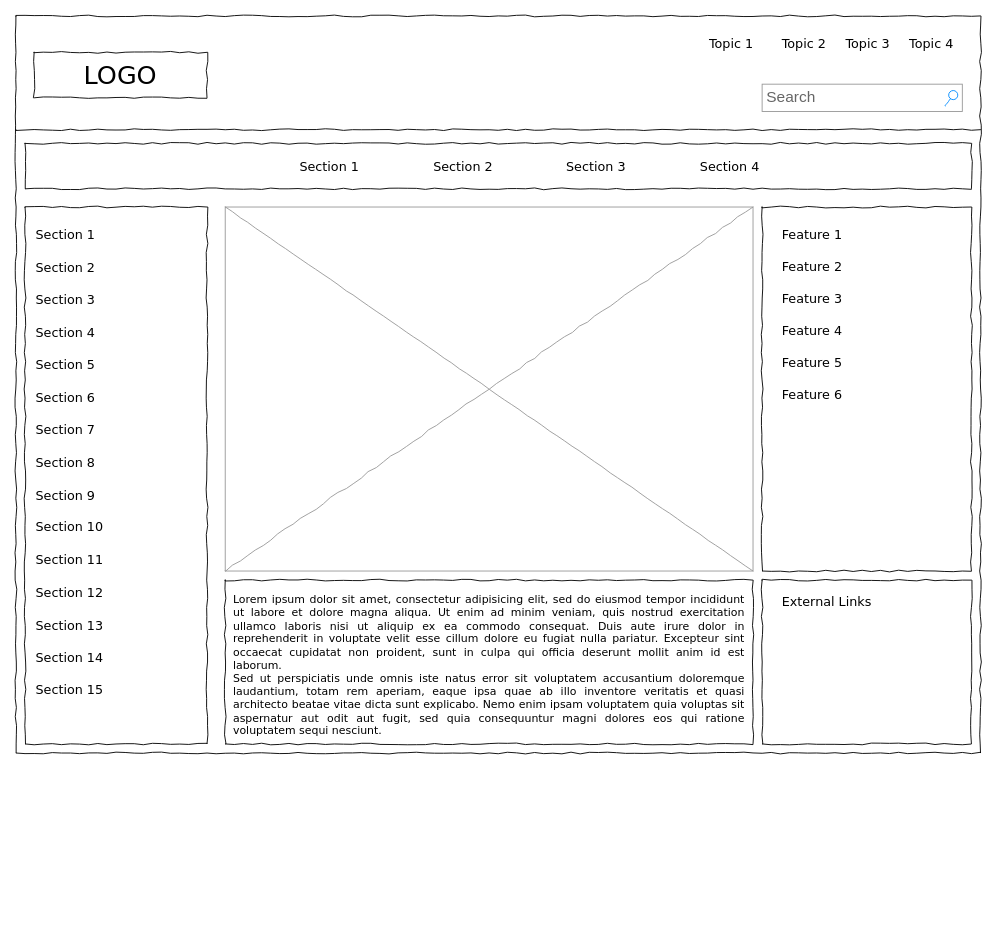
Above: Untitled Diagram.drawio in MrEclipse13/flexbox-course (draw.io), before the change. Source tidied: cells renumbered, new cells numbered last; positions are measured from the earlier drawing's top-left corner, leaving out a move shared by most shapes. Both pictures are drawn from the tidied source at 91%, with x=0, y=0 at pixel (15, 15).
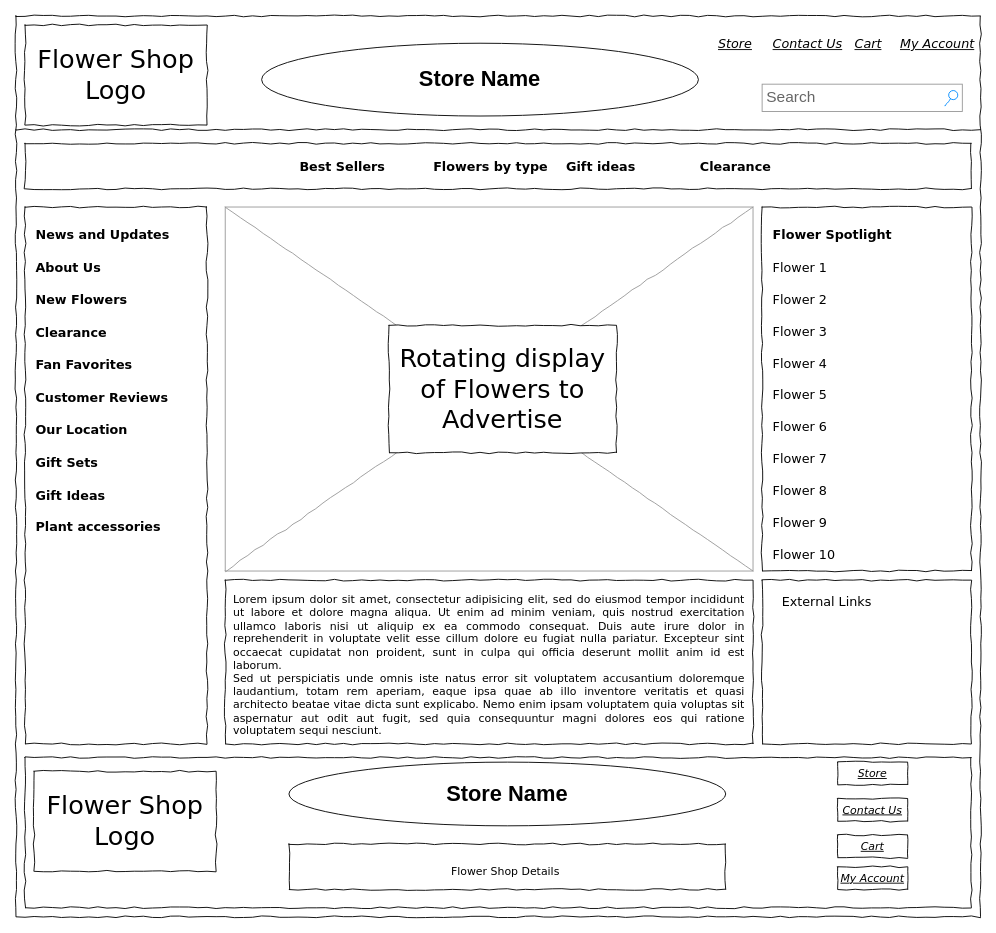
The same diagram, later.

Commit message:
Flower_Shop_Wireframe

Diff of the diagram source:
```diff
@@
     <mxCell id="2" style="whiteSpace=wrap;html=1;rounded=0;shadow=0;labelBackgroundColor=none;strokeColor=#000000;strokeWidth=1;fillColor=none;fontFamily=Verdana;fontSize=12;fontColor=#000000;align=center;comic=1;" parent="1" vertex="1">
-      <mxGeometry width="1060" height="810" as="geometry" />
+      <mxGeometry width="1060" height="990" as="geometry" />
     </mxCell>
-    <mxCell id="3" value="LOGO" style="whiteSpace=wrap;html=1;rounded=0;shadow=0;labelBackgroundColor=none;strokeWidth=1;fontFamily=Verdana;fontSize=28;align=center;comic=1;" parent="1" vertex="1">
-      <mxGeometry x="20" y="40" width="190" height="50" as="geometry" />
+    <mxCell id="3" value="Flower Shop Logo" style="whiteSpace=wrap;html=1;rounded=0;shadow=0;labelBackgroundColor=none;strokeWidth=1;fontFamily=Verdana;fontSize=28;align=center;comic=1;" parent="1" vertex="1">
+      <mxGeometry x="10" y="10" width="200" height="110" as="geometry" />
     </mxCell>
@@
-    <mxCell id="5" value="Topic 1" style="text;html=1;align=left;verticalAlign=top;spacingTop=-4;fontSize=14;fontFamily=Verdana;" parent="1" vertex="1">
-      <mxGeometry x="760" y="20" width="60" height="20" as="geometry" />
+    <mxCell id="5" value="&lt;i&gt;&lt;u&gt;Store&lt;/u&gt;&lt;/i&gt;" style="text;html=1;align=left;verticalAlign=top;spacingTop=-4;fontSize=14;fontFamily=Verdana;" parent="1" vertex="1">
+      <mxGeometry x="770" y="20" width="60" height="20" as="geometry" />
     </mxCell>
-    <mxCell id="6" value="Topic 2" style="text;html=1;align=left;verticalAlign=top;spacingTop=-4;fontSize=14;fontFamily=Verdana;" parent="1" vertex="1">
-      <mxGeometry x="840" y="20" width="60" height="20" as="geometry" />
+    <mxCell id="6" value="&lt;i&gt;&lt;u&gt;Contact Us&lt;/u&gt;&lt;/i&gt;" style="text;html=1;align=left;verticalAlign=top;spacingTop=-4;fontSize=14;fontFamily=Verdana;" parent="1" vertex="1">
+      <mxGeometry x="830" y="20" width="60" height="20" as="geometry" />
     </mxCell>
-    <mxCell id="7" value="Topic 3" style="text;html=1;align=left;verticalAlign=top;spacingTop=-4;fontSize=14;fontFamily=Verdana;" parent="1" vertex="1">
-      <mxGeometry x="910" y="20" width="60" height="20" as="geometry" />
+    <mxCell id="7" value="&lt;i&gt;&lt;u&gt;Cart&lt;/u&gt;&lt;/i&gt;" style="text;html=1;align=left;verticalAlign=top;spacingTop=-4;fontSize=14;fontFamily=Verdana;" parent="1" vertex="1">
+      <mxGeometry x="920" y="20" width="60" height="20" as="geometry" />
     </mxCell>
-    <mxCell id="8" value="Topic 4" style="text;html=1;align=left;verticalAlign=top;spacingTop=-4;fontSize=14;fontFamily=Verdana;" parent="1" vertex="1">
-      <mxGeometry x="980" y="20" width="60" height="20" as="geometry" />
-    </mxCell>
@@
-    <mxCell id="12" value="Section 1" style="text;html=1;align=left;verticalAlign=top;spacingTop=-4;fontSize=14;fontFamily=Verdana;" parent="1" vertex="1">
+    <mxCell id="12" value="&lt;b&gt;Best Sellers&lt;/b&gt;" style="text;html=1;align=left;verticalAlign=top;spacingTop=-4;fontSize=14;fontFamily=Verdana;" parent="1" vertex="1">
       <mxGeometry x="310" y="155" width="60" height="20" as="geometry" />
     </mxCell>
-    <mxCell id="13" value="Section 2" style="text;html=1;align=left;verticalAlign=top;spacingTop=-4;fontSize=14;fontFamily=Verdana;" parent="1" vertex="1">
+    <mxCell id="13" value="&lt;b&gt;Flowers by type&lt;/b&gt;" style="text;html=1;align=left;verticalAlign=top;spacingTop=-4;fontSize=14;fontFamily=Verdana;" parent="1" vertex="1">
       <mxGeometry x="457" y="155" width="60" height="20" as="geometry" />
     </mxCell>
-    <mxCell id="14" value="Section 3" style="text;html=1;align=left;verticalAlign=top;spacingTop=-4;fontSize=14;fontFamily=Verdana;" parent="1" vertex="1">
+    <mxCell id="14" value="&lt;b&gt;Gift ideas&lt;/b&gt;" style="text;html=1;align=left;verticalAlign=top;spacingTop=-4;fontSize=14;fontFamily=Verdana;" parent="1" vertex="1">
       <mxGeometry x="603" y="155" width="60" height="20" as="geometry" />
     </mxCell>
-    <mxCell id="15" value="Section 4" style="text;html=1;align=left;verticalAlign=top;spacingTop=-4;fontSize=14;fontFamily=Verdana;" parent="1" vertex="1">
+    <mxCell id="15" value="&lt;b&gt;Clearance&lt;/b&gt;" style="text;html=1;align=left;verticalAlign=top;spacingTop=-4;fontSize=14;fontFamily=Verdana;" parent="1" vertex="1">
       <mxGeometry x="750" y="155" width="60" height="20" as="geometry" />
     </mxCell>
@@
-    <mxCell id="20" value="Section 1" style="text;html=1;align=left;verticalAlign=top;spacingTop=-4;fontSize=14;fontFamily=Verdana;" parent="1" vertex="1">
+    <mxCell id="20" value="&lt;b&gt;News and Updates&lt;/b&gt;" style="text;html=1;align=left;verticalAlign=top;spacingTop=-4;fontSize=14;fontFamily=Verdana;" parent="1" vertex="1">
       <mxGeometry x="20" y="230" width="170" height="20" as="geometry" />
     </mxCell>
-    <mxCell id="21" value="Section 2" style="text;html=1;align=left;verticalAlign=top;spacingTop=-4;fontSize=14;fontFamily=Verdana;" parent="1" vertex="1">
+    <mxCell id="21" value="&lt;b&gt;About Us&lt;/b&gt;" style="text;html=1;align=left;verticalAlign=top;spacingTop=-4;fontSize=14;fontFamily=Verdana;" parent="1" vertex="1">
       <mxGeometry x="20" y="266" width="170" height="20" as="geometry" />
     </mxCell>
-    <mxCell id="22" value="Section 3" style="text;html=1;align=left;verticalAlign=top;spacingTop=-4;fontSize=14;fontFamily=Verdana;" parent="1" vertex="1">
+    <mxCell id="22" value="&lt;b&gt;New Flowers&lt;/b&gt;" style="text;html=1;align=left;verticalAlign=top;spacingTop=-4;fontSize=14;fontFamily=Verdana;" parent="1" vertex="1">
       <mxGeometry x="20" y="301" width="170" height="20" as="geometry" />
     </mxCell>
-    <mxCell id="23" value="Section 4" style="text;html=1;align=left;verticalAlign=top;spacingTop=-4;fontSize=14;fontFamily=Verdana;" parent="1" vertex="1">
+    <mxCell id="23" value="&lt;b&gt;Clearance&lt;/b&gt;" style="text;html=1;align=left;verticalAlign=top;spacingTop=-4;fontSize=14;fontFamily=Verdana;" parent="1" vertex="1">
       <mxGeometry x="20" y="337" width="170" height="20" as="geometry" />
     </mxCell>
-    <mxCell id="24" value="Section 7" style="text;html=1;align=left;verticalAlign=top;spacingTop=-4;fontSize=14;fontFamily=Verdana;" parent="1" vertex="1">
+    <mxCell id="24" value="&lt;b&gt;Our Location&lt;/b&gt;" style="text;html=1;align=left;verticalAlign=top;spacingTop=-4;fontSize=14;fontFamily=Verdana;" parent="1" vertex="1">
       <mxGeometry x="20" y="444" width="170" height="20" as="geometry" />
     </mxCell>
-    <mxCell id="25" value="Section 8" style="text;html=1;align=left;verticalAlign=top;spacingTop=-4;fontSize=14;fontFamily=Verdana;" parent="1" vertex="1">
+    <mxCell id="25" value="&lt;b&gt;Gift Sets&lt;/b&gt;" style="text;html=1;align=left;verticalAlign=top;spacingTop=-4;fontSize=14;fontFamily=Verdana;" parent="1" vertex="1">
       <mxGeometry x="20" y="480" width="170" height="20" as="geometry" />
     </mxCell>
-    <mxCell id="26" value="Section 9" style="text;html=1;align=left;verticalAlign=top;spacingTop=-4;fontSize=14;fontFamily=Verdana;" parent="1" vertex="1">
+    <mxCell id="26" value="&lt;b&gt;Gift Ideas&lt;/b&gt;" style="text;html=1;align=left;verticalAlign=top;spacingTop=-4;fontSize=14;fontFamily=Verdana;" parent="1" vertex="1">
       <mxGeometry x="20" y="516" width="170" height="20" as="geometry" />
     </mxCell>
-    <mxCell id="27" value="Section 10" style="text;html=1;align=left;verticalAlign=top;spacingTop=-4;fontSize=14;fontFamily=Verdana;" parent="1" vertex="1">
+    <mxCell id="27" value="&lt;b&gt;Plant&amp;nbsp;accessories&lt;/b&gt;" style="text;html=1;align=left;verticalAlign=top;spacingTop=-4;fontSize=14;fontFamily=Verdana;" parent="1" vertex="1">
       <mxGeometry x="20" y="551" width="170" height="20" as="geometry" />
     </mxCell>
-    <mxCell id="28" value="Section 11" style="text;html=1;align=left;verticalAlign=top;spacingTop=-4;fontSize=14;fontFamily=Verdana;" parent="1" vertex="1">
-      <mxGeometry x="20" y="587" width="170" height="20" as="geometry" />
-    </mxCell>
-    <mxCell id="29" value="Section 12" style="text;html=1;align=left;verticalAlign=top;spacingTop=-4;fontSize=14;fontFamily=Verdana;" parent="1" vertex="1">
-      <mxGeometry x="20" y="623" width="170" height="20" as="geometry" />
-    </mxCell>
-    <mxCell id="30" value="Section 13" style="text;html=1;align=left;verticalAlign=top;spacingTop=-4;fontSize=14;fontFamily=Verdana;" parent="1" vertex="1">
-      <mxGeometry x="20" y="659" width="170" height="20" as="geometry" />
-    </mxCell>
-    <mxCell id="31" value="Section 14" style="text;html=1;align=left;verticalAlign=top;spacingTop=-4;fontSize=14;fontFamily=Verdana;" parent="1" vertex="1">
-      <mxGeometry x="20" y="694" width="170" height="20" as="geometry" />
-    </mxCell>
-    <mxCell id="32" value="Section 5" style="text;html=1;align=left;verticalAlign=top;spacingTop=-4;fontSize=14;fontFamily=Verdana;" parent="1" vertex="1">
+    <mxCell id="32" value="&lt;b&gt;Fan Favorites&lt;/b&gt;" style="text;html=1;align=left;verticalAlign=top;spacingTop=-4;fontSize=14;fontFamily=Verdana;" parent="1" vertex="1">
       <mxGeometry x="20" y="373" width="170" height="20" as="geometry" />
     </mxCell>
-    <mxCell id="33" value="Section 6" style="text;html=1;align=left;verticalAlign=top;spacingTop=-4;fontSize=14;fontFamily=Verdana;" parent="1" vertex="1">
+    <mxCell id="33" value="&lt;b&gt;Customer Reviews&lt;/b&gt;" style="text;html=1;align=left;verticalAlign=top;spacingTop=-4;fontSize=14;fontFamily=Verdana;" parent="1" vertex="1">
       <mxGeometry x="20" y="409" width="170" height="20" as="geometry" />
     </mxCell>
-    <mxCell id="34" value="Section 15" style="text;html=1;align=left;verticalAlign=top;spacingTop=-4;fontSize=14;fontFamily=Verdana;" parent="1" vertex="1">
-      <mxGeometry x="20" y="730" width="170" height="20" as="geometry" />
-    </mxCell>
@@
-    <mxCell id="36" value="Feature 1" style="text;html=1;align=left;verticalAlign=top;spacingTop=-4;fontSize=14;fontFamily=Verdana;" parent="1" vertex="1">
-      <mxGeometry x="840" y="230" width="170" height="20" as="geometry" />
+    <mxCell id="36" value="Flower 1" style="text;html=1;align=left;verticalAlign=top;spacingTop=-4;fontSize=14;fontFamily=Verdana;" parent="1" vertex="1">
+      <mxGeometry x="830" y="266" width="170" height="20" as="geometry" />
     </mxCell>
-    <mxCell id="37" value="Feature 2" style="text;html=1;align=left;verticalAlign=top;spacingTop=-4;fontSize=14;fontFamily=Verdana;" parent="1" vertex="1">
-      <mxGeometry x="840" y="265" width="170" height="20" as="geometry" />
+    <mxCell id="37" value="Flower&amp;nbsp;2" style="text;html=1;align=left;verticalAlign=top;spacingTop=-4;fontSize=14;fontFamily=Verdana;" parent="1" vertex="1">
+      <mxGeometry x="830" y="301" width="170" height="20" as="geometry" />
     </mxCell>
-    <mxCell id="38" value="Feature 3" style="text;html=1;align=left;verticalAlign=top;spacingTop=-4;fontSize=14;fontFamily=Verdana;" parent="1" vertex="1">
-      <mxGeometry x="840" y="300" width="170" height="20" as="geometry" />
+    <mxCell id="38" value="Flower&amp;nbsp;3" style="text;html=1;align=left;verticalAlign=top;spacingTop=-4;fontSize=14;fontFamily=Verdana;" parent="1" vertex="1">
+      <mxGeometry x="830" y="336" width="170" height="20" as="geometry" />
     </mxCell>
-    <mxCell id="39" value="Feature 4" style="text;html=1;align=left;verticalAlign=top;spacingTop=-4;fontSize=14;fontFamily=Verdana;" parent="1" vertex="1">
-      <mxGeometry x="840" y="335" width="170" height="20" as="geometry" />
+    <mxCell id="39" value="Flower&amp;nbsp;4" style="text;html=1;align=left;verticalAlign=top;spacingTop=-4;fontSize=14;fontFamily=Verdana;" parent="1" vertex="1">
+      <mxGeometry x="830" y="371" width="170" height="20" as="geometry" />
     </mxCell>
-    <mxCell id="40" value="Feature 5" style="text;html=1;align=left;verticalAlign=top;spacingTop=-4;fontSize=14;fontFamily=Verdana;" parent="1" vertex="1">
-      <mxGeometry x="840" y="370" width="170" height="20" as="geometry" />
+    <mxCell id="40" value="Flower&amp;nbsp;5" style="text;html=1;align=left;verticalAlign=top;spacingTop=-4;fontSize=14;fontFamily=Verdana;" parent="1" vertex="1">
+      <mxGeometry x="830" y="406" width="170" height="20" as="geometry" />
     </mxCell>
-    <mxCell id="41" value="Feature 6" style="text;html=1;align=left;verticalAlign=top;spacingTop=-4;fontSize=14;fontFamily=Verdana;" parent="1" vertex="1">
-      <mxGeometry x="840" y="405" width="170" height="20" as="geometry" />
+    <mxCell id="41" value="Flower&amp;nbsp;6" style="text;html=1;align=left;verticalAlign=top;spacingTop=-4;fontSize=14;fontFamily=Verdana;" parent="1" vertex="1">
+      <mxGeometry x="830" y="441" width="170" height="20" as="geometry" />
     </mxCell>
+    <mxCell id="42" value="&lt;i&gt;&lt;u&gt;My Account&lt;/u&gt;&lt;/i&gt;" style="text;html=1;align=left;verticalAlign=top;spacingTop=-4;fontSize=14;fontFamily=Verdana;" parent="1" vertex="1">
+      <mxGeometry x="970" y="20" width="60" height="20" as="geometry" />
+    </mxCell>
+    <mxCell id="43" value="Flower 7" style="text;html=1;align=left;verticalAlign=top;spacingTop=-4;fontSize=14;fontFamily=Verdana;" parent="1" vertex="1">
+      <mxGeometry x="830" y="476" width="170" height="20" as="geometry" />
+    </mxCell>
+    <mxCell id="44" value="Flower 8" style="text;html=1;align=left;verticalAlign=top;spacingTop=-4;fontSize=14;fontFamily=Verdana;" parent="1" vertex="1">
+      <mxGeometry x="830" y="511" width="170" height="20" as="geometry" />
+    </mxCell>
+    <mxCell id="45" value="Flower 9" style="text;html=1;align=left;verticalAlign=top;spacingTop=-4;fontSize=14;fontFamily=Verdana;" parent="1" vertex="1">
+      <mxGeometry x="830" y="546" width="170" height="20" as="geometry" />
+    </mxCell>
+    <mxCell id="46" value="Flower 10" style="text;html=1;align=left;verticalAlign=top;spacingTop=-4;fontSize=14;fontFamily=Verdana;" parent="1" vertex="1">
+      <mxGeometry x="830" y="581" width="170" height="20" as="geometry" />
+    </mxCell>
+    <mxCell id="47" value="&lt;b&gt;Flower Spotlight&lt;/b&gt;" style="text;html=1;align=left;verticalAlign=top;spacingTop=-4;fontSize=14;fontFamily=Verdana;" parent="1" vertex="1">
+      <mxGeometry x="830" y="230" width="170" height="20" as="geometry" />
+    </mxCell>
+    <mxCell id="48" value="&lt;b&gt;&lt;font style=&quot;font-size: 24px&quot;&gt;Store Name&lt;/font&gt;&lt;/b&gt;" style="ellipse;whiteSpace=wrap;html=1;" parent="1" vertex="1">
+      <mxGeometry x="300" y="820" width="480" height="70" as="geometry" />
+    </mxCell>
+    <mxCell id="49" value="&lt;div style=&quot;text-align: justify&quot;&gt;&lt;br&gt;&lt;/div&gt;" style="whiteSpace=wrap;html=1;rounded=0;shadow=0;labelBackgroundColor=none;strokeWidth=1;fillColor=none;fontFamily=Verdana;fontSize=12;align=center;verticalAlign=top;spacing=10;comic=1;" parent="1" vertex="1">
+      <mxGeometry x="10" y="815" width="1040" height="165" as="geometry" />
+    </mxCell>
+    <mxCell id="50" value="&lt;i&gt;&lt;u&gt;Store&lt;/u&gt;&lt;/i&gt;" style="whiteSpace=wrap;html=1;rounded=0;shadow=0;labelBackgroundColor=none;strokeWidth=1;fillColor=none;fontFamily=Verdana;fontSize=12;align=center;comic=1;" parent="1" vertex="1">
+      <mxGeometry x="903" y="820" width="77" height="25" as="geometry" />
+    </mxCell>
+    <mxCell id="51" value="&lt;i&gt;&lt;u&gt;Contact Us&lt;/u&gt;&lt;/i&gt;" style="whiteSpace=wrap;html=1;rounded=0;shadow=0;labelBackgroundColor=none;strokeWidth=1;fillColor=none;fontFamily=Verdana;fontSize=12;align=center;comic=1;" parent="1" vertex="1">
+      <mxGeometry x="903" y="860" width="77" height="25" as="geometry" />
+    </mxCell>
+    <mxCell id="52" value="&lt;i&gt;&lt;u&gt;Cart&lt;/u&gt;&lt;/i&gt;" style="whiteSpace=wrap;html=1;rounded=0;shadow=0;labelBackgroundColor=none;strokeWidth=1;fillColor=none;fontFamily=Verdana;fontSize=12;align=center;comic=1;" parent="1" vertex="1">
+      <mxGeometry x="903" y="900" width="77" height="25" as="geometry" />
+    </mxCell>
+    <mxCell id="53" value="&lt;i&gt;&lt;u&gt;My Account&lt;/u&gt;&lt;/i&gt;" style="whiteSpace=wrap;html=1;rounded=0;shadow=0;labelBackgroundColor=none;strokeWidth=1;fillColor=none;fontFamily=Verdana;fontSize=12;align=center;comic=1;" parent="1" vertex="1">
+      <mxGeometry x="903" y="935" width="77" height="25" as="geometry" />
+    </mxCell>
+    <mxCell id="54" value="Flower Shop Logo" style="whiteSpace=wrap;html=1;rounded=0;shadow=0;labelBackgroundColor=none;strokeWidth=1;fontFamily=Verdana;fontSize=28;align=center;comic=1;" parent="1" vertex="1">
+      <mxGeometry x="20" y="830" width="200" height="110" as="geometry" />
+    </mxCell>
+    <mxCell id="55" value="&lt;b&gt;&lt;font style=&quot;font-size: 24px&quot;&gt;Store Name&lt;/font&gt;&lt;/b&gt;" style="ellipse;whiteSpace=wrap;html=1;" parent="1" vertex="1">
+      <mxGeometry x="270" y="30" width="480" height="80" as="geometry" />
+    </mxCell>
+    <mxCell id="56" value="&lt;font style=&quot;font-size: 12px&quot;&gt;Flower Shop Details&amp;nbsp;&lt;/font&gt;" style="whiteSpace=wrap;html=1;rounded=0;shadow=0;labelBackgroundColor=none;strokeWidth=1;fontFamily=Verdana;fontSize=28;align=center;comic=1;" parent="1" vertex="1">
+      <mxGeometry x="300" y="910" width="480" height="50" as="geometry" />
+    </mxCell>
+    <mxCell id="57" value="Rotating display of Flowers to Advertise" style="whiteSpace=wrap;html=1;rounded=0;shadow=0;labelBackgroundColor=none;strokeWidth=1;fontFamily=Verdana;fontSize=28;align=center;comic=1;" parent="1" vertex="1">
+      <mxGeometry x="410" y="340" width="250" height="140" as="geometry" />
+    </mxCell>
```
